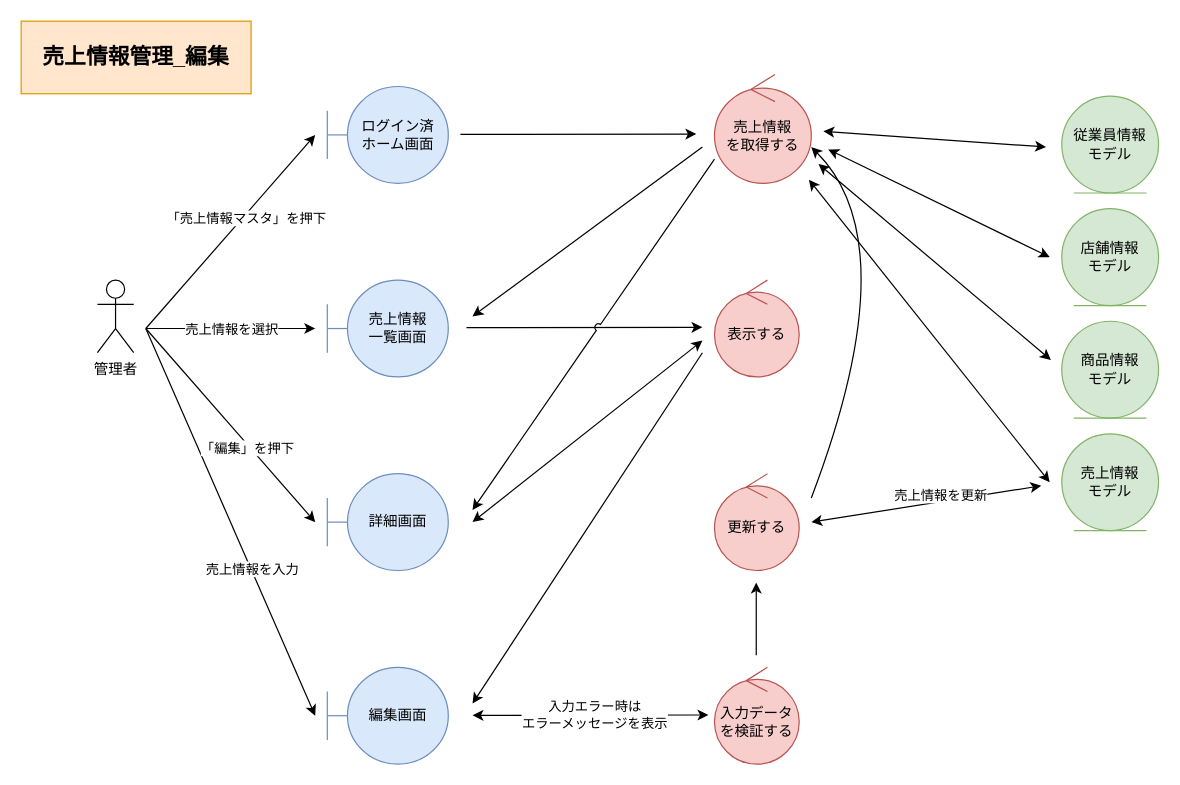
The draw.io diagram page "*売上情報管理_編集" (2 of 3) of 各種設計書/3ロバストネス図/マスタ管理/F04売上マスタ.drawio in HaruShim/Sotuken, before the edit. Source tidied: cells renumbered, new cells numbered last; positions are measured from the earlier drawing's top-left corner, leaving out a move shared by most shapes. Both pictures are drawn from the tidied source at 121%, with x=0, y=0 at pixel (21, 21).
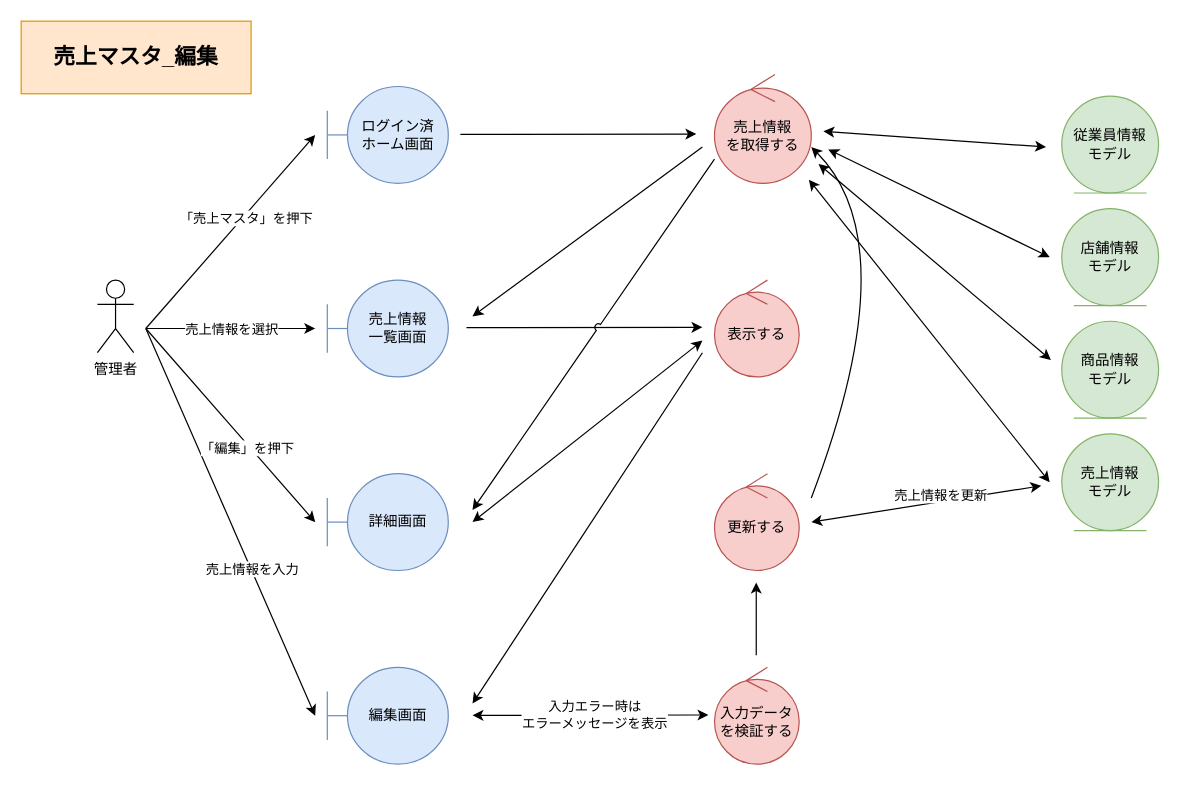
After the change.

Unchanged cells that the change refers to:
```xml
<mxCell id="25" style="endArrow=classic;html=1;rounded=0;" parent="1" edge="1">
  <mxGeometry relative="1" as="geometry">
    <mxPoint x="103" y="254" as="sourcePoint" />
    <mxPoint x="243" y="94" as="targetPoint" />
  </mxGeometry>
</mxCell>
```

The edit, as a diff of the source:
```diff
@@
-    <mxCell id="23" value="売上情報管理_編集" style="rounded=0;whiteSpace=wrap;html=1;fillColor=#ffe6cc;strokeColor=#d79b00;fontStyle=1;fontSize=18;" parent="1" vertex="1">
+    <mxCell id="23" value="売上マスタ_編集" style="rounded=0;whiteSpace=wrap;html=1;fillColor=#ffe6cc;strokeColor=#d79b00;fontStyle=1;fontSize=18;" parent="1" vertex="1">
       <mxGeometry width="190" height="60" as="geometry" />
     </mxCell>
@@
-    <mxCell id="26" value="「売上情報マスタ」を押下" style="edgeLabel;html=1;align=center;verticalAlign=middle;" parent="25" vertex="1">
+    <mxCell id="26" value="「売上マスタ」を押下" style="edgeLabel;html=1;align=center;verticalAlign=middle;" parent="25" vertex="1">
       <mxGeometry x="0.16" y="-2" relative="1" as="geometry" />
     </mxCell>
```
